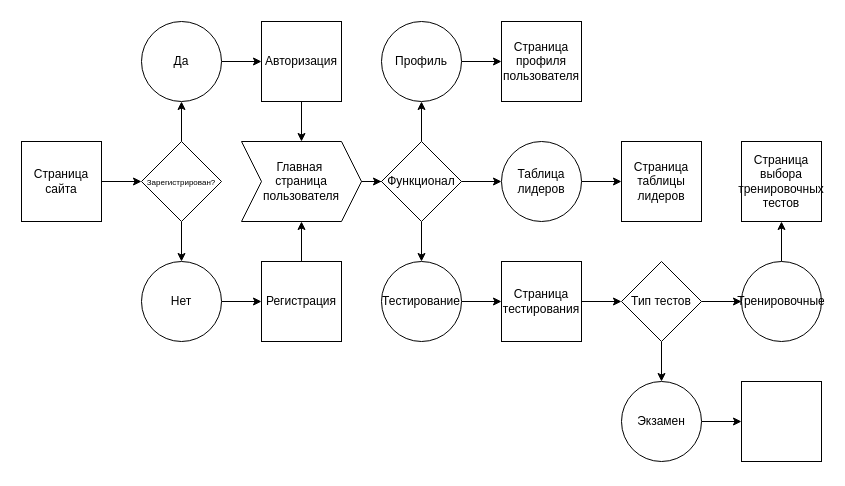
The draw.io diagram main_page/Untitled Diagram.drawio in Meta-Psy/Alex-s-News, before the edit. Source tidied: cells renumbered, new cells numbered last; positions are measured from the earlier drawing's top-left corner, leaving out a move shared by most shapes. Both pictures are drawn from the tidied source at 100%, with x=0, y=0 at pixel (21, 21).
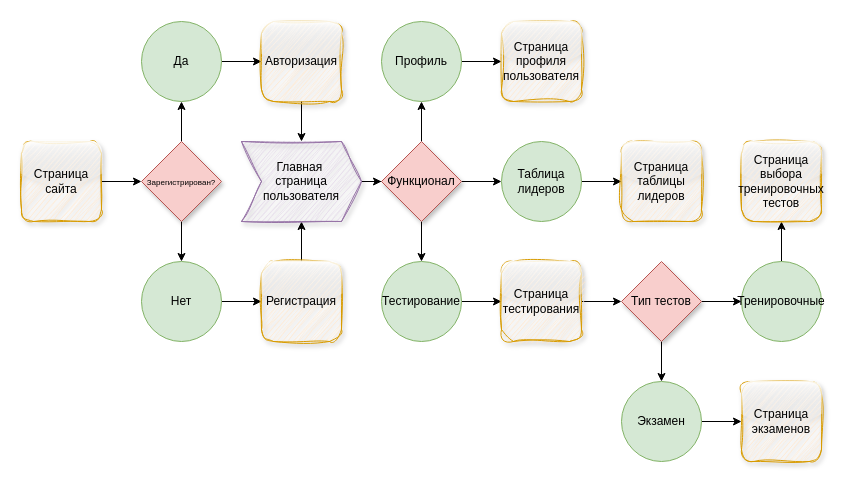
After the change.

Change to the diagram source:
```diff
@@
-    <mxCell id="3" value="&lt;font style=&quot;font-size: 12px;&quot;&gt;Страница сайта&lt;/font&gt;" style="rounded=0;whiteSpace=wrap;html=1;" parent="1" vertex="1">
+    <mxCell id="3" value="&lt;font style=&quot;font-size: 12px;&quot;&gt;Страница сайта&lt;/font&gt;" style="rounded=1;whiteSpace=wrap;html=1;fillColor=#ffe6cc;strokeColor=#D79B00;sketch=1;curveFitting=1;jiggle=2;shadow=1;glass=1;" parent="1" vertex="1">
       <mxGeometry y="120" width="80" height="80" as="geometry" />
     </mxCell>
@@
-    <mxCell id="6" value="&lt;font style=&quot;font-size: 8px;&quot;&gt;Зарегистрирован?&lt;/font&gt;" style="rhombus;whiteSpace=wrap;html=1;" parent="1" vertex="1">
+    <mxCell id="6" value="&lt;font style=&quot;font-size: 8px;&quot;&gt;Зарегистрирован?&lt;/font&gt;" style="rhombus;whiteSpace=wrap;html=1;fillColor=#f8cecc;strokeColor=#b85450;shadow=1;" parent="1" vertex="1">
       <mxGeometry x="120" y="120" width="80" height="80" as="geometry" />
     </mxCell>
@@
-    <mxCell id="8" value="Да" style="ellipse;whiteSpace=wrap;html=1;" parent="1" vertex="1">
+    <mxCell id="8" value="Да" style="ellipse;whiteSpace=wrap;html=1;fillColor=#d5e8d4;strokeColor=#82b366;shadow=0;" parent="1" vertex="1">
       <mxGeometry x="120" width="80" height="80" as="geometry" />
     </mxCell>
@@
-    <mxCell id="10" value="Нет" style="ellipse;whiteSpace=wrap;html=1;" parent="1" vertex="1">
+    <mxCell id="10" value="Нет" style="ellipse;whiteSpace=wrap;html=1;fillColor=#d5e8d4;strokeColor=#82b366;shadow=0;" parent="1" vertex="1">
       <mxGeometry x="120" y="240" width="80" height="80" as="geometry" />
     </mxCell>
@@
-    <mxCell id="12" value="Авторизация" style="whiteSpace=wrap;html=1;" parent="1" vertex="1">
+    <mxCell id="12" value="Авторизация" style="whiteSpace=wrap;html=1;fillColor=#ffe6cc;strokeColor=#D79B00;sketch=1;curveFitting=1;jiggle=2;shadow=1;glass=1;rounded=1;" parent="1" vertex="1">
       <mxGeometry x="240" width="80" height="80" as="geometry" />
     </mxCell>
@@
-    <mxCell id="14" value="Регистрация" style="whiteSpace=wrap;html=1;" parent="1" vertex="1">
+    <mxCell id="14" value="Регистрация" style="whiteSpace=wrap;html=1;fillColor=#ffe6cc;strokeColor=#D79B00;sketch=1;curveFitting=1;jiggle=2;shadow=1;glass=1;rounded=1;" parent="1" vertex="1">
       <mxGeometry x="240" y="240" width="80" height="80" as="geometry" />
     </mxCell>
@@
-    <mxCell id="16" value="Главная&amp;nbsp;&lt;div&gt;страница пользователя&lt;/div&gt;" style="shape=step;perimeter=stepPerimeter;whiteSpace=wrap;html=1;fixedSize=1;" parent="1" vertex="1">
+    <mxCell id="16" value="Главная&amp;nbsp;&lt;div&gt;страница пользователя&lt;/div&gt;" style="shape=step;perimeter=stepPerimeter;whiteSpace=wrap;html=1;fixedSize=1;fillColor=#e1d5e7;strokeColor=#9673a6;sketch=1;curveFitting=1;jiggle=2;shadow=1;rounded=0;" parent="1" vertex="1">
       <mxGeometry x="220" y="120" width="120" height="80" as="geometry" />
     </mxCell>
@@
-    <mxCell id="20" value="Функционал" style="rhombus;whiteSpace=wrap;html=1;" parent="1" vertex="1">
+    <mxCell id="20" value="Функционал" style="rhombus;whiteSpace=wrap;html=1;fillColor=#f8cecc;strokeColor=#b85450;shadow=1;" parent="1" vertex="1">
       <mxGeometry x="360" y="120" width="80" height="80" as="geometry" />
     </mxCell>
@@
-    <mxCell id="22" value="Профиль" style="ellipse;whiteSpace=wrap;html=1;" parent="1" vertex="1">
+    <mxCell id="22" value="Профиль" style="ellipse;whiteSpace=wrap;html=1;fillColor=#d5e8d4;strokeColor=#82b366;shadow=0;" parent="1" vertex="1">
       <mxGeometry x="360" width="80" height="80" as="geometry" />
     </mxCell>
@@
-    <mxCell id="24" value="Таблица лидеров" style="ellipse;whiteSpace=wrap;html=1;" parent="1" vertex="1">
+    <mxCell id="24" value="Таблица лидеров" style="ellipse;whiteSpace=wrap;html=1;fillColor=#d5e8d4;strokeColor=#82b366;shadow=0;" parent="1" vertex="1">
       <mxGeometry x="480" y="120" width="80" height="80" as="geometry" />
     </mxCell>
@@
-    <mxCell id="26" value="Тестирование" style="ellipse;whiteSpace=wrap;html=1;" parent="1" vertex="1">
+    <mxCell id="26" value="Тестирование" style="ellipse;whiteSpace=wrap;html=1;fillColor=#d5e8d4;strokeColor=#82b366;shadow=0;" parent="1" vertex="1">
       <mxGeometry x="360" y="240" width="80" height="80" as="geometry" />
     </mxCell>
-    <mxCell id="27" value="Страница профиля пользователя" style="whiteSpace=wrap;html=1;" parent="1" vertex="1">
+    <mxCell id="27" value="Страница профиля пользователя" style="whiteSpace=wrap;html=1;fillColor=#ffe6cc;strokeColor=#D79B00;sketch=1;curveFitting=1;jiggle=2;shadow=1;glass=1;rounded=1;" parent="1" vertex="1">
       <mxGeometry x="480" width="80" height="80" as="geometry" />
     </mxCell>
-    <mxCell id="28" value="Страница таблицы лидеров" style="whiteSpace=wrap;html=1;" parent="1" vertex="1">
+    <mxCell id="28" value="Страница таблицы лидеров" style="whiteSpace=wrap;html=1;fillColor=#ffe6cc;strokeColor=#D79B00;sketch=1;curveFitting=1;jiggle=2;shadow=1;glass=1;rounded=1;" parent="1" vertex="1">
       <mxGeometry x="600" y="120" width="80" height="80" as="geometry" />
     </mxCell>
@@
-    <mxCell id="30" value="Страница тестирования" style="whiteSpace=wrap;html=1;" parent="1" vertex="1">
+    <mxCell id="30" value="Страница тестирования" style="whiteSpace=wrap;html=1;fillColor=#ffe6cc;strokeColor=#D79B00;sketch=1;curveFitting=1;jiggle=2;shadow=1;glass=1;rounded=1;" parent="1" vertex="1">
       <mxGeometry x="480" y="240" width="80" height="80" as="geometry" />
     </mxCell>
@@
-    <mxCell id="33" value="&lt;font style=&quot;font-size: 12px;&quot;&gt;Тип тестов&lt;/font&gt;" style="rhombus;whiteSpace=wrap;html=1;" parent="1" vertex="1">
+    <mxCell id="33" value="&lt;font style=&quot;font-size: 12px;&quot;&gt;Тип тестов&lt;/font&gt;" style="rhombus;whiteSpace=wrap;html=1;fillColor=#f8cecc;strokeColor=#b85450;shadow=1;" parent="1" vertex="1">
       <mxGeometry x="600" y="240" width="80" height="80" as="geometry" />
     </mxCell>
@@
-    <mxCell id="35" value="Тренировочные" style="ellipse;whiteSpace=wrap;html=1;" parent="1" vertex="1">
+    <mxCell id="35" value="Тренировочные" style="ellipse;whiteSpace=wrap;html=1;fillColor=#d5e8d4;strokeColor=#82b366;shadow=0;" parent="1" vertex="1">
       <mxGeometry x="720" y="240" width="80" height="80" as="geometry" />
     </mxCell>
-    <mxCell id="36" value="Страница выбора тренировочных тестов" style="whiteSpace=wrap;html=1;" parent="1" vertex="1">
+    <mxCell id="36" value="Страница выбора тренировочных тестов" style="whiteSpace=wrap;html=1;fillColor=#ffe6cc;strokeColor=#D79B00;sketch=1;curveFitting=1;jiggle=2;shadow=1;glass=1;rounded=1;" parent="1" vertex="1">
       <mxGeometry x="720" y="120" width="80" height="80" as="geometry" />
     </mxCell>
@@
-    <mxCell id="38" value="Экзамен" style="ellipse;whiteSpace=wrap;html=1;" parent="1" vertex="1">
+    <mxCell id="38" value="Экзамен" style="ellipse;whiteSpace=wrap;html=1;fillColor=#d5e8d4;strokeColor=#82b366;shadow=0;" parent="1" vertex="1">
       <mxGeometry x="600" y="360" width="80" height="80" as="geometry" />
     </mxCell>
-    <mxCell id="39" style="whiteSpace=wrap;html=1;" parent="1" vertex="1">
+    <mxCell id="39" value="Страница экзаменов" style="whiteSpace=wrap;html=1;fillColor=#ffe6cc;strokeColor=#D79B00;sketch=1;curveFitting=1;jiggle=2;shadow=1;glass=1;rounded=1;" parent="1" vertex="1">
       <mxGeometry x="720" y="360" width="80" height="80" as="geometry" />
     </mxCell>
```
